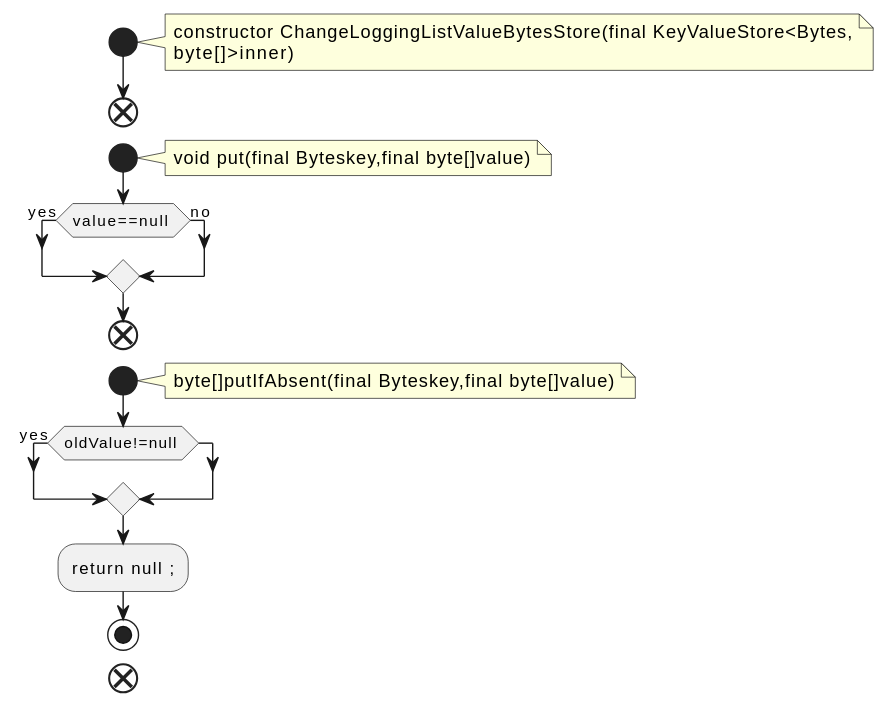
qualitesys/kafka keeps this PlantUML diagram as docs/qc/streams/src/main/java/org/apache/kafka/streams/state/internals/ChangeLoggingListValueBytesStore.java.fct.svg. Above is the earlier version.
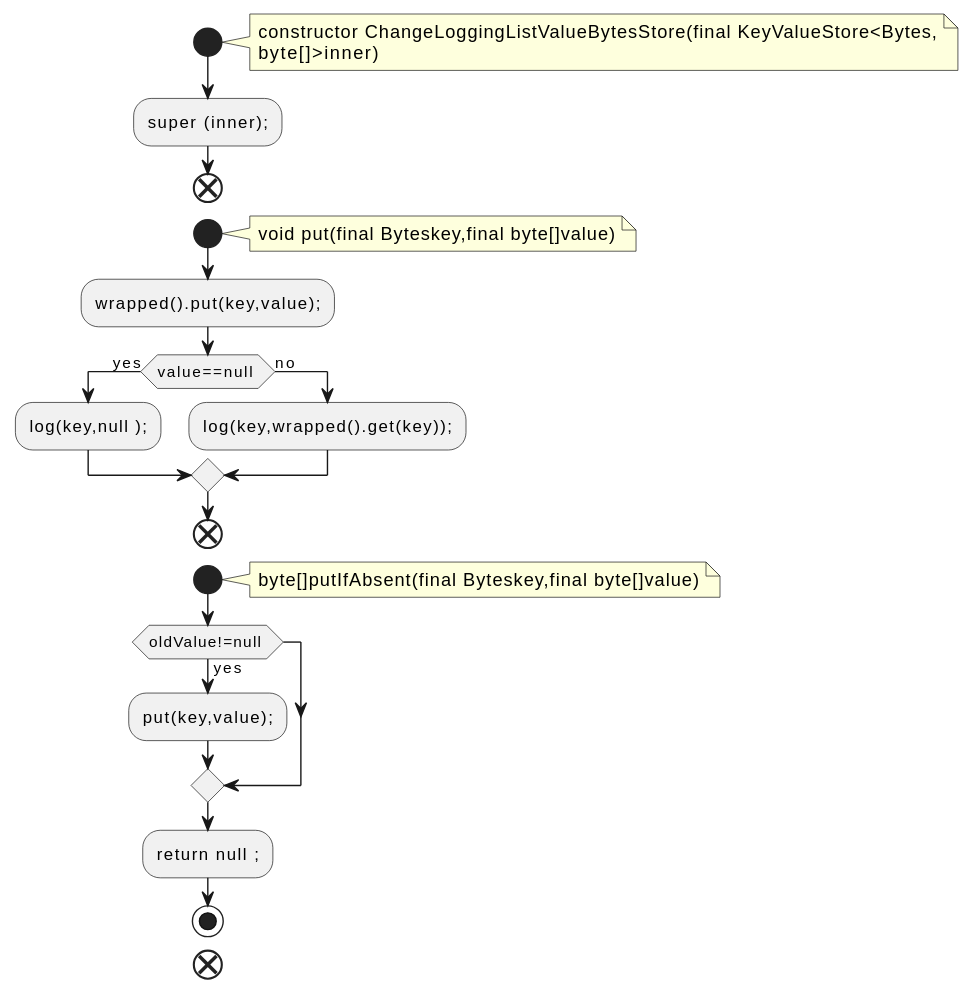
Above is the later version.

Diff of the diagram source:
```diff
@@ -5,13 +5,17 @@
 constructor ChangeLoggingListValueBytesStore(final KeyValueStore<Bytes,
 byte[]>inner)
 end note
+:super (inner);;
 end
 start
 note right
 void put(final Byteskey,final byte[]value)
 end note
+:wrapped().put(key,value);;
 if (value==null ) then (yes)
+:log(key,null );;
 else (no)
+:log(key,wrapped().get(key));;
 endif
 end
 start
@@ -19,6 +23,7 @@
 byte[]putIfAbsent(final Byteskey,final byte[]value)
 end note
 if (oldValue!=null ) then (yes)
+:put(key,value);;
 endif
 :return null ;;
 stop
```
